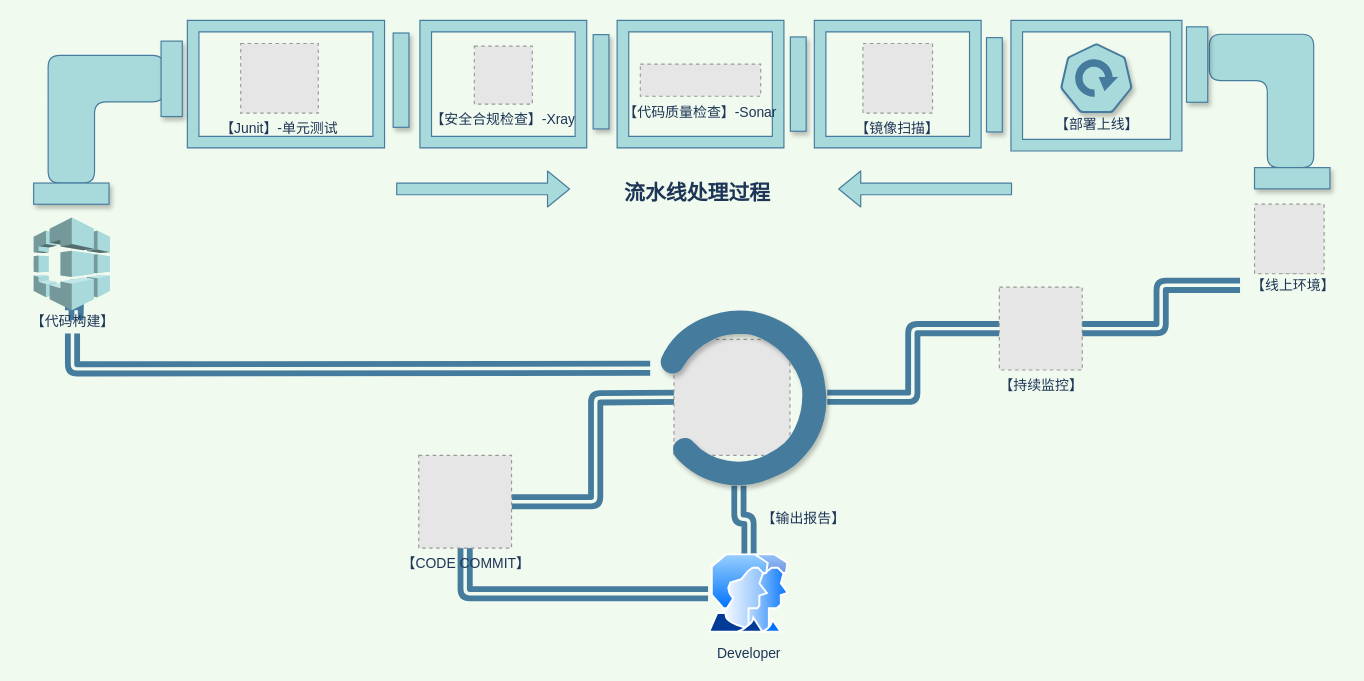
This is 123.drawio from tengxiao/zabbix-report, a draw.io file, before an edit. Source tidied: cells renumbered, new cells numbered last; positions are measured from the earlier drawing's top-left corner, leaving out a move shared by most shapes. Both pictures are drawn from the tidied source at 116%, with x=0, y=0 at pixel (20, 20). Pictures stored in the file or linked from it are replaced by grey dashed boxes.
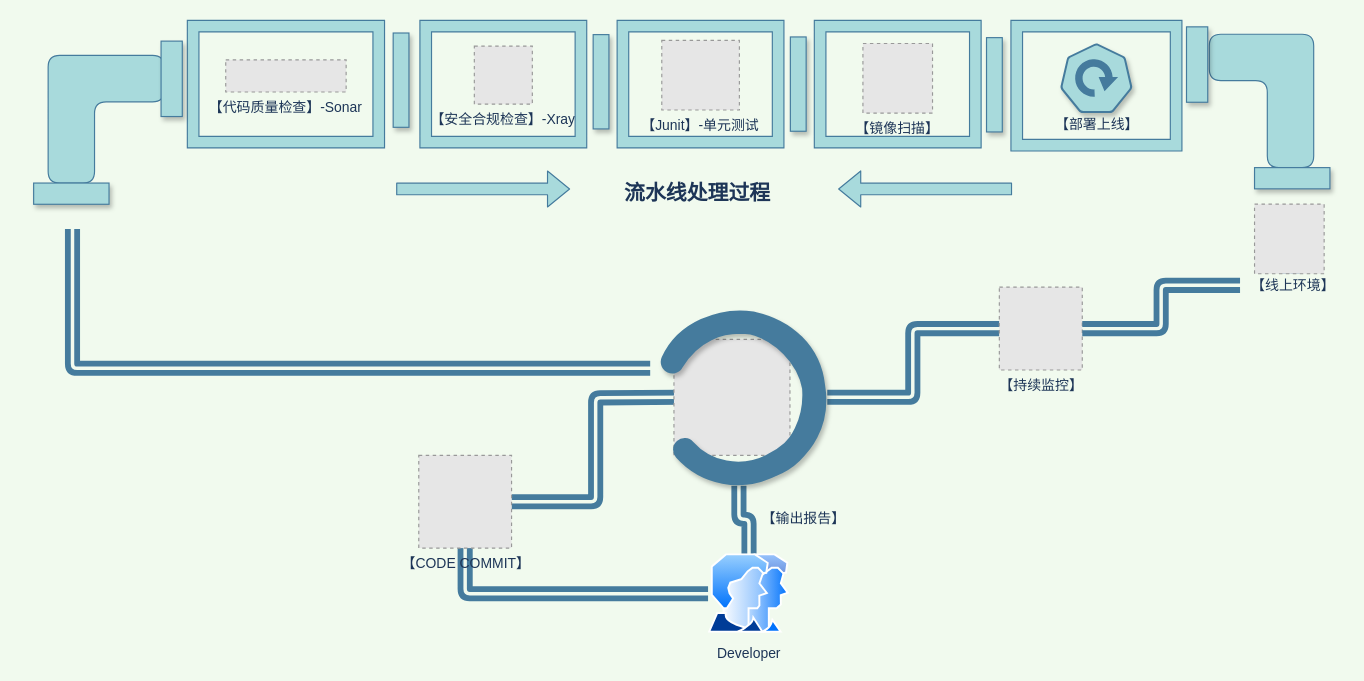
After the change.

The edit, as a diff of the source:
```diff
@@
-    <mxCell id="2" style="edgeStyle=orthogonalEdgeStyle;curved=1;jettySize=auto;html=1;entryX=0.5;entryY=1;entryDx=0;entryDy=0;strokeColor=#457B9D;fontColor=#1D3557;shape=link;strokeWidth=5;labelBackgroundColor=#F1FAEE;" parent="1" edge="1" source="42">
-      <mxGeometry relative="1" as="geometry">
-        <mxPoint x="48" y="258.5" as="targetPoint" />
-      </mxGeometry>
-    </mxCell>
@@
     <mxCell id="8" value="【Junit】-单元测试" style="fillColor=#E6E6E6;strokeColor=#999999;dashed=1;verticalLabelPosition=bottom;verticalAlign=top;fontColor=#1D3557;" parent="1" vertex="1">
-      <mxGeometry x="190" y="20" width="66.9" height="60" as="geometry" />
+      <mxGeometry x="553" y="17.3" width="66.9" height="60" as="geometry" />
     </mxCell>
@@
     <mxCell id="20" value="【代码质量检查】-Sonar" style="fillColor=#E6E6E6;strokeColor=#999999;dashed=1;verticalLabelPosition=bottom;verticalAlign=top;fontColor=#1D3557;" parent="1" vertex="1">
-      <mxGeometry x="534.5" y="37.8" width="103.8" height="27.7" as="geometry" />
+      <mxGeometry x="177.1" y="34.1" width="103.8" height="27.7" as="geometry" />
     </mxCell>
@@
-    <mxCell id="41" style="dashed=0;verticalLabelPosition=bottom;verticalAlign=top;align=center;html=1;shape=mxgraph.aws3.codebuild;fillColor=#A8DADC;rounded=0;sketch=0;strokeColor=#457B9D;fontColor=#1D3557;" parent="1" vertex="1">
-      <mxGeometry x="11.5" y="170" width="65.8" height="80" as="geometry" />
-    </mxCell>
-    <mxCell id="42" value="【代码构建】" style="text;html=1;align=center;verticalAlign=middle;points=[];fontColor=#1D3557;" parent="1" vertex="1">
-      <mxGeometry y="250" width="90" height="20" as="geometry" />
-    </mxCell>
-    <mxCell id="43" style="edgeStyle=orthogonalEdgeStyle;curved=1;jettySize=auto;html=1;entryX=0.5;entryY=1;entryDx=0;entryDy=0;strokeColor=#457B9D;fontColor=#1D3557;shape=link;strokeWidth=5;labelBackgroundColor=#F1FAEE;" parent="1" edge="1" target="42">
+    <mxCell id="43" style="edgeStyle=orthogonalEdgeStyle;curved=1;orthogonalLoop=1;jettySize=auto;html=1;strokeColor=#457B9D;fontColor=#1D3557;shape=link;strokeWidth=5;labelBackgroundColor=#F1FAEE;" parent="1" edge="1">
       <mxGeometry relative="1" as="geometry">
         <mxPoint x="543" y="300" as="sourcePoint" />
+        <mxPoint x="45" y="180" as="targetPoint" />
+        <Array as="points">
+          <mxPoint x="45" y="300" />
+        </Array>
       </mxGeometry>
     </mxCell>
```
